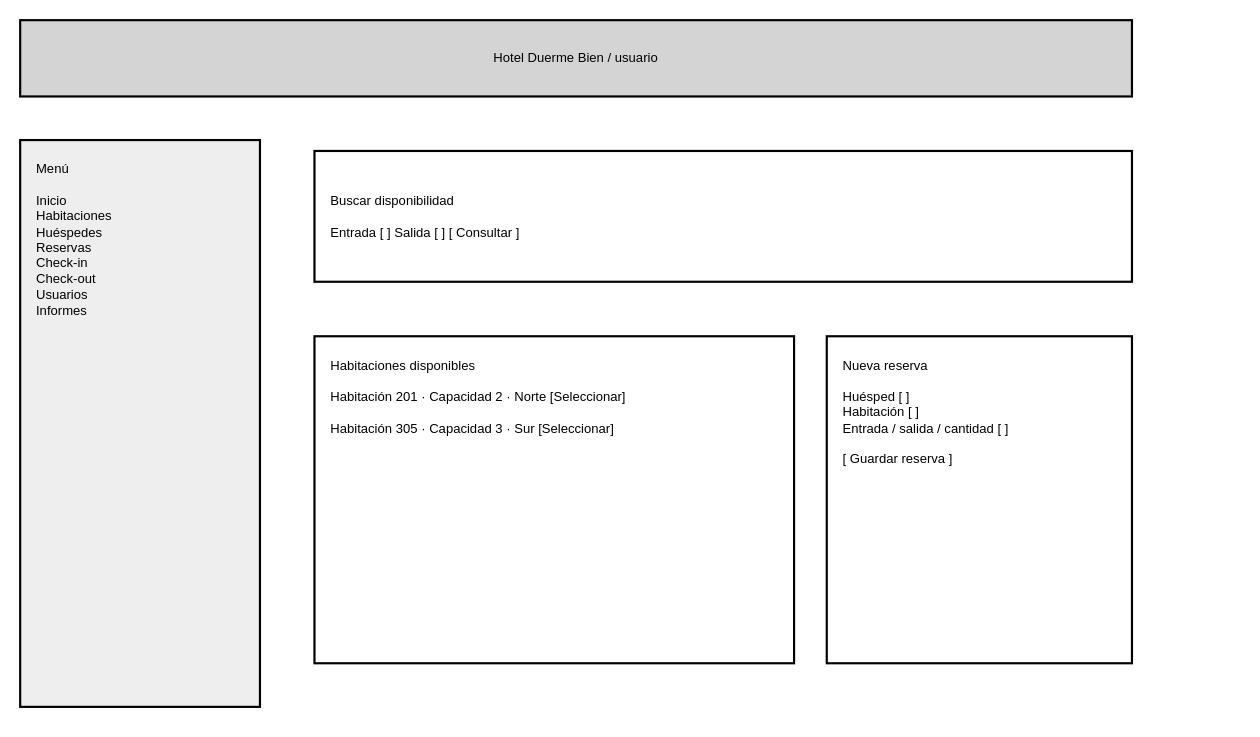
This is page "Wireframe" (2 of 3) of diagramas-editables/04-interfaz.drawio from Yutre3/diego, a draw.io file, before an edit. Source tidied: cells renumbered, new cells numbered last; positions are measured from the earlier drawing's top-left corner, leaving out a move shared by most shapes. Both pictures are drawn from the tidied source at 109%, with x=0, y=0 at pixel (20, 20).
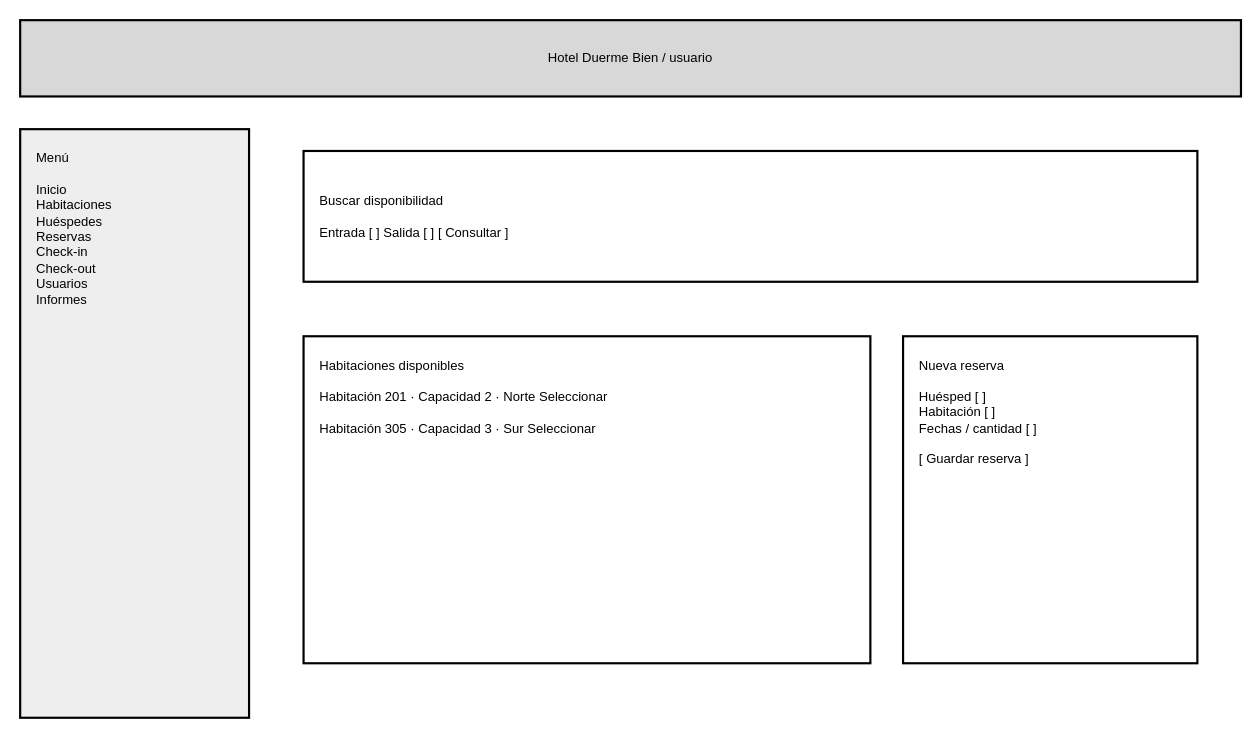
The same page after the edit.

Change to the diagram source:
```diff
@@
 <mxGraphModel>
   <root>
     <mxCell id="0" />
     <mxCell id="1" parent="0" />
-    <mxCell id="2" value="Hotel Duerme Bien / usuario" style="rounded=0;whiteSpace=wrap;html=1;strokeWidth=2;fillColor=#d4d4d4;" parent="1" vertex="1">
-      <mxGeometry width="1020" height="70" as="geometry" />
+    <mxCell id="2" value="Hotel Duerme Bien / usuario" style="rounded=0;whiteSpace=wrap;html=1;strokeWidth=2;fillColor=#d8d8d8;" parent="1" vertex="1">
+      <mxGeometry width="1120" height="70" as="geometry" />
     </mxCell>
     <mxCell id="3" value="Menú&#10;&#10;Inicio&#10;Habitaciones&#10;Huéspedes&#10;Reservas&#10;Check-in&#10;Check-out&#10;Usuarios&#10;Informes" style="rounded=0;whiteSpace=wrap;html=1;strokeWidth=2;fillColor=#eeeeee;align=left;verticalAlign=top;spacing=15;" parent="1" vertex="1">
-      <mxGeometry y="110" width="220" height="520" as="geometry" />
+      <mxGeometry y="100" width="210" height="540" as="geometry" />
     </mxCell>
-    <mxCell id="4" value="Buscar disponibilidad&#10;&#10;Entrada [ ]   Salida [ ]                  [ Consultar ]" style="rounded=0;whiteSpace=wrap;html=1;strokeWidth=2;fillColor=#ffffff;align=left;spacing=15;" parent="1" vertex="1">
-      <mxGeometry x="270" y="120" width="750" height="120" as="geometry" />
+    <mxCell id="4" value="Buscar disponibilidad&#10;&#10;Entrada [ ]    Salida [ ]                        [ Consultar ]" style="rounded=0;whiteSpace=wrap;html=1;strokeWidth=2;fillColor=#ffffff;align=left;spacing=15;" parent="1" vertex="1">
+      <mxGeometry x="260" y="120" width="820" height="120" as="geometry" />
     </mxCell>
-    <mxCell id="5" value="Habitaciones disponibles&#10;&#10;Habitación 201 · Capacidad 2 · Norte          [Seleccionar]&#10;&#10;Habitación 305 · Capacidad 3 · Sur             [Seleccionar]" style="rounded=0;whiteSpace=wrap;html=1;strokeWidth=2;fillColor=#ffffff;align=left;verticalAlign=top;spacing=15;" parent="1" vertex="1">
-      <mxGeometry x="270" y="290" width="440" height="300" as="geometry" />
-    </mxCell>
-    <mxCell id="6" value="Nueva reserva&#10;&#10;Huésped [ ]&#10;Habitación [ ]&#10;Entrada / salida / cantidad [ ]&#10;&#10;[ Guardar reserva ]" style="rounded=0;whiteSpace=wrap;html=1;strokeWidth=2;fillColor=#ffffff;align=left;verticalAlign=top;spacing=15;" parent="1" vertex="1">
-      <mxGeometry x="740" y="290" width="280" height="300" as="geometry" />
-    </mxCell>
+    <mxCell id="7" value="Habitaciones disponibles&#10;&#10;Habitación 201 · Capacidad 2 · Norte          Seleccionar&#10;&#10;Habitación 305 · Capacidad 3 · Sur             Seleccionar" style="rounded=0;whiteSpace=wrap;html=1;strokeWidth=2;fillColor=#ffffff;align=left;verticalAlign=top;spacing=15;" parent="1" vertex="1">
+      <mxGeometry x="260" y="290" width="520" height="300" as="geometry" />
+    </mxCell>
+    <mxCell id="8" value="Nueva reserva&#10;&#10;Huésped [ ]&#10;Habitación [ ]&#10;Fechas / cantidad [ ]&#10;&#10;[ Guardar reserva ]" style="rounded=0;whiteSpace=wrap;html=1;strokeWidth=2;fillColor=#ffffff;align=left;verticalAlign=top;spacing=15;" parent="1" vertex="1">
+      <mxGeometry x="810" y="290" width="270" height="300" as="geometry" />
+    </mxCell>
   </root>
 </mxGraphModel>
```
